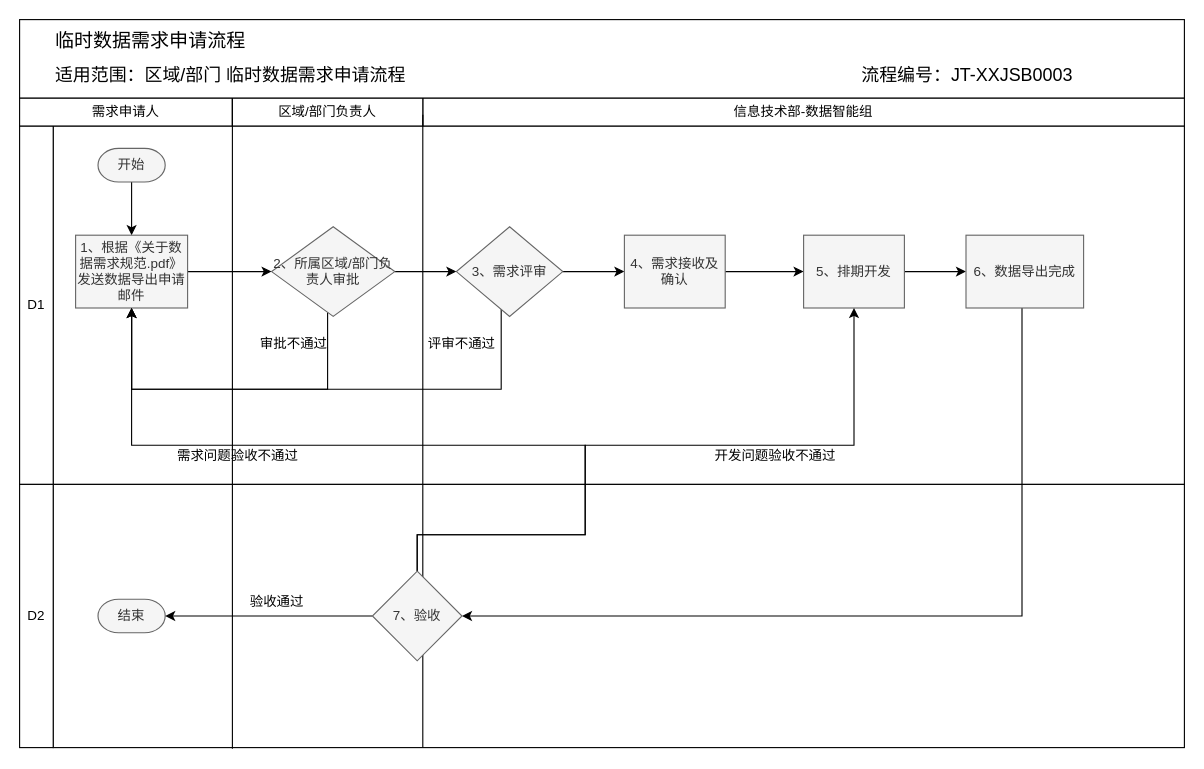
Earlier version of the draw.io diagram page "临时数据需求申请流程" (3 of 3) of pet_data_warehouse/内控流程.drawio (fangzheng0518/draw). Source tidied: cells renumbered, new cells numbered last; positions are measured from the earlier drawing's top-left corner, leaving out a move shared by most shapes. Both pictures are drawn from the tidied source at 112%, with x=0, y=0 at pixel (19, 19).
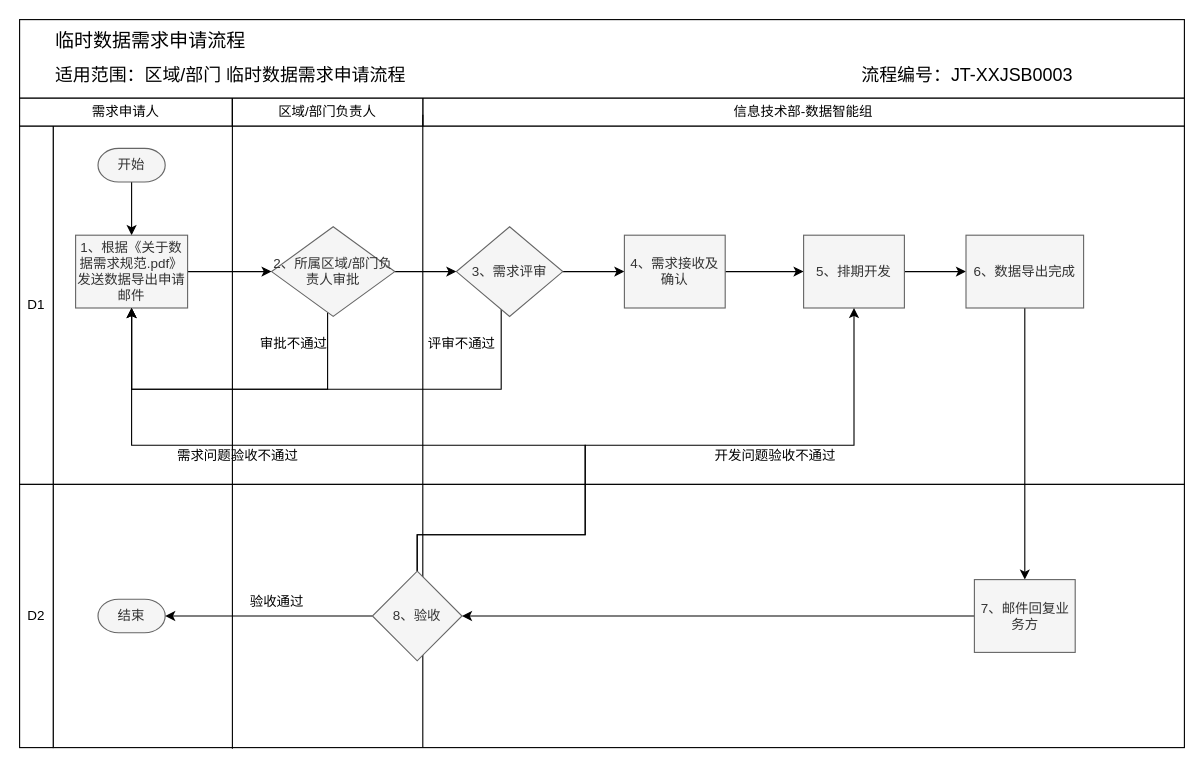
The same page after the edit.

Commit message (it also covers changes not shown here):
更新内控流程.drawio

The change refers to these unchanged cells:
```xml
<mxCell id="28" value="6、数据导出完成" style="rounded=0;whiteSpace=wrap;html=1;strokeColor=#666666;strokeWidth=1;fillColor=#f5f5f5;fontColor=#333333;" parent="1" vertex="1">
  <mxGeometry x="845" y="192.5" width="105" height="65" as="geometry" />
</mxCell>
```

What changed in the source:
```diff
@@
-    <mxCell id="27" style="edgeStyle=orthogonalEdgeStyle;rounded=0;jettySize=auto;html=1;entryX=1;entryY=0.5;entryDx=0;entryDy=0;" parent="1" edge="1" source="28" target="39">
-      <mxGeometry relative="1" as="geometry">
-        <Array as="points">
-          <mxPoint x="895" y="533" />
-        </Array>
-      </mxGeometry>
-    </mxCell>
+    <mxCell id="43" style="edgeStyle=orthogonalEdgeStyle;rounded=0;jettySize=auto;html=1;entryX=0.5;entryY=0;entryDx=0;entryDy=0;" parent="1" edge="1" source="28" target="45">
+      <mxGeometry relative="1" as="geometry" />
+    </mxCell>
@@
-    <mxCell id="39" value="7、验收" style="rhombus;whiteSpace=wrap;html=1;strokeColor=#666666;strokeWidth=1;fillColor=#f5f5f5;fontColor=#333333;" parent="1" vertex="1">
+    <mxCell id="39" value="8、验收" style="rhombus;whiteSpace=wrap;html=1;strokeColor=#666666;strokeWidth=1;fillColor=#f5f5f5;fontColor=#333333;" parent="1" vertex="1">
       <mxGeometry x="315" y="492.5" width="80" height="80" as="geometry" />
     </mxCell>
@@
+    <mxCell id="44" style="edgeStyle=orthogonalEdgeStyle;rounded=0;jettySize=auto;html=1;entryX=1;entryY=0.5;entryDx=0;entryDy=0;" parent="1" edge="1" source="45" target="39">
+      <mxGeometry relative="1" as="geometry" />
+    </mxCell>
+    <mxCell id="45" value="7、邮件回复业务方" style="rounded=0;whiteSpace=wrap;html=1;strokeColor=#666666;strokeWidth=1;fillColor=#f5f5f5;fontColor=#333333;" parent="1" vertex="1">
+      <mxGeometry x="852.5" y="500" width="90" height="65" as="geometry" />
+    </mxCell>
```
